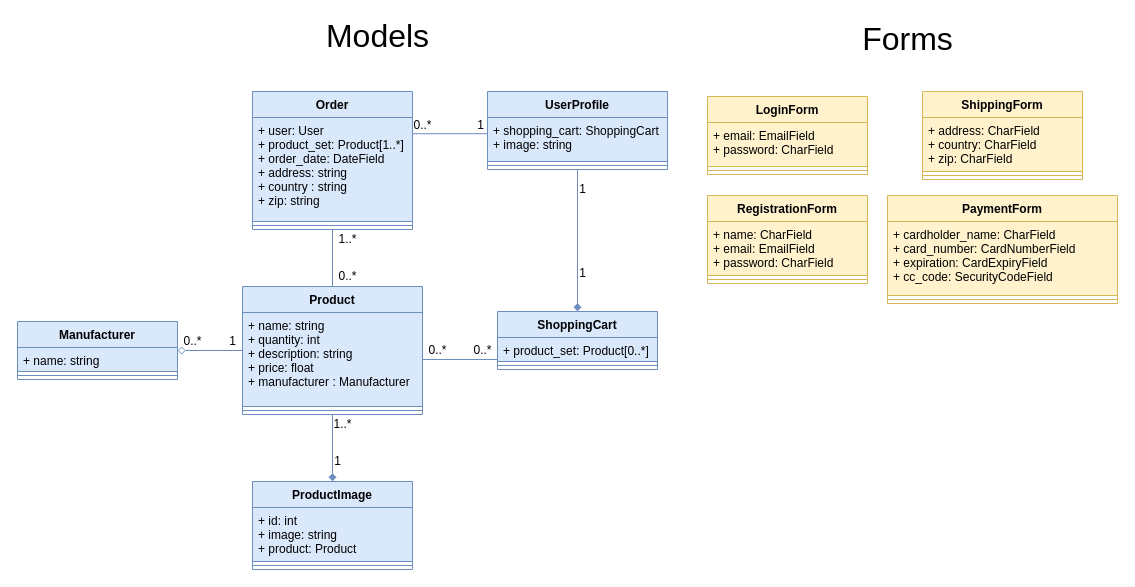
RunarVestmann/verklegtnamskeid2 keeps this draw.io diagram as documentation/diagrams/class_diagram.drawio. Above is the earlier version. Source tidied: cells renumbered, new cells numbered last; positions are measured from the earlier drawing's top-left corner, leaving out a move shared by most shapes. Both pictures are drawn from the tidied source at 100%, with x=0, y=0 at pixel (17, 21).
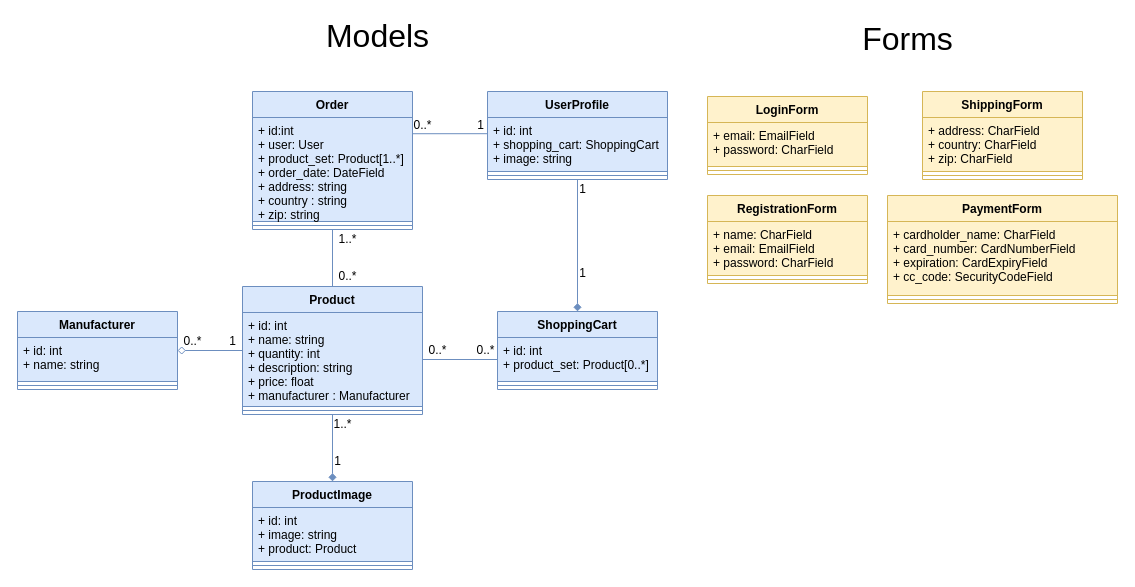
After the change.

Commit message (it also covers changes not shown here):
Added id attribute to Models

Unchanged cells that the change refers to:
```xml
<mxCell id="23" value="Order" style="swimlane;fontStyle=1;align=center;verticalAlign=top;horizontal=1;startSize=26;fillColor=#dae8fc;strokeColor=#6c8ebf;" parent="1" vertex="1">
  <mxGeometry x="235" y="70" width="160" height="138" as="geometry" />
</mxCell>
<mxCell id="26" value="Product" style="swimlane;fontStyle=1;align=center;verticalAlign=top;horizontal=1;startSize=26;fillColor=#dae8fc;strokeColor=#6c8ebf;" parent="1" vertex="1">
  <mxGeometry x="225" y="265" width="180" height="128" as="geometry" />
</mxCell>
```

Change to the diagram source:
```diff
@@
     <mxCell id="19" value="0..*" style="text;html=1;align=center;verticalAlign=middle;" parent="1" vertex="1">
-      <mxGeometry x="450" y="319" width="30" height="20" as="geometry" />
+      <mxGeometry x="453" y="319" width="30" height="20" as="geometry" />
     </mxCell>
     <mxCell id="20" value="UserProfile" style="swimlane;fontStyle=1;align=center;verticalAlign=top;horizontal=1;startSize=26;fillColor=#dae8fc;strokeColor=#6c8ebf;" parent="1" vertex="1">
-      <mxGeometry x="470" y="70" width="180" height="78" as="geometry" />
+      <mxGeometry x="470" y="70" width="180" height="88" as="geometry" />
     </mxCell>
-    <mxCell id="21" value="+ shopping_cart: ShoppingCart&#10;+ image: string&#10;&#10;" style="text;strokeColor=#6c8ebf;fillColor=#dae8fc;align=left;verticalAlign=top;spacingLeft=4;spacingRight=4;overflow=hidden;" parent="20" vertex="1">
-      <mxGeometry y="26" width="180" height="44" as="geometry" />
+    <mxCell id="21" value="+ id: int&#10;+ shopping_cart: ShoppingCart&#10;+ image: string&#10;&#10;" style="text;strokeColor=#6c8ebf;fillColor=#dae8fc;align=left;verticalAlign=top;spacingLeft=4;spacingRight=4;overflow=hidden;" parent="20" vertex="1">
+      <mxGeometry y="26" width="180" height="54" as="geometry" />
     </mxCell>
     <mxCell id="22" style="line;strokeWidth=1;fillColor=#dae8fc;align=left;verticalAlign=middle;spacingTop=-1;spacingLeft=3;spacingRight=3;labelPosition=right;strokeColor=#6c8ebf;" parent="20" vertex="1">
-      <mxGeometry y="70" width="180" height="8" as="geometry" />
+      <mxGeometry y="80" width="180" height="8" as="geometry" />
     </mxCell>
@@
-    <mxCell id="24" value="+ user: User&#10;+ product_set: Product[1..*]&#10;+ order_date: DateField&#10;+ address: string&#10;+ country : string&#10;+ zip: string" style="text;strokeColor=#6c8ebf;fillColor=#dae8fc;align=left;verticalAlign=top;spacingLeft=4;spacingRight=4;overflow=hidden;points=[[0,0.5],[1,0.5]];portConstraint=eastwest;" parent="23" vertex="1">
+    <mxCell id="24" value="+ id:int&#10;+ user: User&#10;+ product_set: Product[1..*]&#10;+ order_date: DateField&#10;+ address: string&#10;+ country : string&#10;+ zip: string" style="text;strokeColor=#6c8ebf;fillColor=#dae8fc;align=left;verticalAlign=top;spacingLeft=4;spacingRight=4;overflow=hidden;points=[[0,0.5],[1,0.5]];portConstraint=eastwest;" parent="23" vertex="1">
       <mxGeometry y="26" width="160" height="104" as="geometry" />
     </mxCell>
@@
-    <mxCell id="27" value="+ name: string&#10;+ quantity: int&#10;+ description: string&#10;+ price: float&#10;+ manufacturer : Manufacturer&#10;" style="text;strokeColor=#6c8ebf;fillColor=#dae8fc;align=left;verticalAlign=top;spacingLeft=4;spacingRight=4;overflow=hidden;points=[[0,0.5],[1,0.5]];portConstraint=eastwest;" parent="26" vertex="1">
+    <mxCell id="27" value="+ id: int&#10;+ name: string&#10;+ quantity: int&#10;+ description: string&#10;+ price: float&#10;+ manufacturer : Manufacturer&#10;" style="text;strokeColor=#6c8ebf;fillColor=#dae8fc;align=left;verticalAlign=top;spacingLeft=4;spacingRight=4;overflow=hidden;points=[[0,0.5],[1,0.5]];portConstraint=eastwest;" parent="26" vertex="1">
       <mxGeometry y="26" width="180" height="94" as="geometry" />
     </mxCell>
@@
-    <mxCell id="32" value="Manufacturer" style="swimlane;fontStyle=1;align=center;verticalAlign=top;horizontal=1;startSize=26;fillColor=#dae8fc;strokeColor=#6c8ebf;" parent="1" vertex="1">
-      <mxGeometry y="300" width="160" height="58" as="geometry" />
-    </mxCell>
-    <mxCell id="33" value="+ name: string" style="text;strokeColor=#6c8ebf;fillColor=#dae8fc;align=left;verticalAlign=top;spacingLeft=4;spacingRight=4;overflow=hidden;" parent="32" vertex="1">
-      <mxGeometry y="26" width="160" height="24" as="geometry" />
-    </mxCell>
-    <mxCell id="34" style="line;strokeWidth=1;fillColor=#dae8fc;align=left;verticalAlign=middle;spacingTop=-1;spacingLeft=3;spacingRight=3;labelPosition=right;strokeColor=#6c8ebf;" parent="32" vertex="1">
-      <mxGeometry y="50" width="160" height="8" as="geometry" />
-    </mxCell>
     <mxCell id="35" value="ShoppingCart" style="swimlane;fontStyle=1;align=center;verticalAlign=top;horizontal=1;startSize=26;fillColor=#dae8fc;strokeColor=#6c8ebf;" parent="1" vertex="1">
-      <mxGeometry x="480" y="290" width="160" height="58" as="geometry" />
+      <mxGeometry x="480" y="290" width="160" height="78" as="geometry" />
     </mxCell>
-    <mxCell id="36" value="+ product_set: Product[0..*]" style="text;strokeColor=#6c8ebf;fillColor=#dae8fc;align=left;verticalAlign=top;spacingLeft=4;spacingRight=4;overflow=hidden;" parent="35" vertex="1">
-      <mxGeometry y="26" width="160" height="24" as="geometry" />
+    <mxCell id="36" value="+ id: int&#10;+ product_set: Product[0..*]" style="text;strokeColor=#6c8ebf;fillColor=#dae8fc;align=left;verticalAlign=top;spacingLeft=4;spacingRight=4;overflow=hidden;" parent="35" vertex="1">
+      <mxGeometry y="26" width="160" height="44" as="geometry" />
     </mxCell>
     <mxCell id="37" style="line;strokeWidth=1;fillColor=#dae8fc;align=left;verticalAlign=middle;spacingTop=-1;spacingLeft=3;spacingRight=3;labelPosition=right;strokeColor=#6c8ebf;" parent="35" vertex="1">
-      <mxGeometry y="50" width="160" height="8" as="geometry" />
+      <mxGeometry y="70" width="160" height="8" as="geometry" />
     </mxCell>
     <mxCell id="38" style="text;strokeColor=#6c8ebf;fillColor=#dae8fc;align=left;verticalAlign=top;spacingLeft=4;spacingRight=4;overflow=hidden;" parent="35" vertex="1">
-      <mxGeometry y="58" width="160" as="geometry" />
+      <mxGeometry y="78" width="160" as="geometry" />
     </mxCell>
@@
+    <mxCell id="32" value="Manufacturer" style="swimlane;fontStyle=1;align=center;verticalAlign=top;horizontal=1;startSize=26;fillColor=#dae8fc;strokeColor=#6c8ebf;" parent="1" vertex="1">
+      <mxGeometry y="290" width="160" height="78" as="geometry" />
+    </mxCell>
+    <mxCell id="33" value="+ id: int&#10;+ name: string" style="text;strokeColor=#6c8ebf;fillColor=#dae8fc;align=left;verticalAlign=top;spacingLeft=4;spacingRight=4;overflow=hidden;" parent="32" vertex="1">
+      <mxGeometry y="26" width="160" height="44" as="geometry" />
+    </mxCell>
+    <mxCell id="34" style="line;strokeWidth=1;fillColor=#dae8fc;align=left;verticalAlign=middle;spacingTop=-1;spacingLeft=3;spacingRight=3;labelPosition=right;strokeColor=#6c8ebf;" parent="32" vertex="1">
+      <mxGeometry y="70" width="160" height="8" as="geometry" />
+    </mxCell>
```
